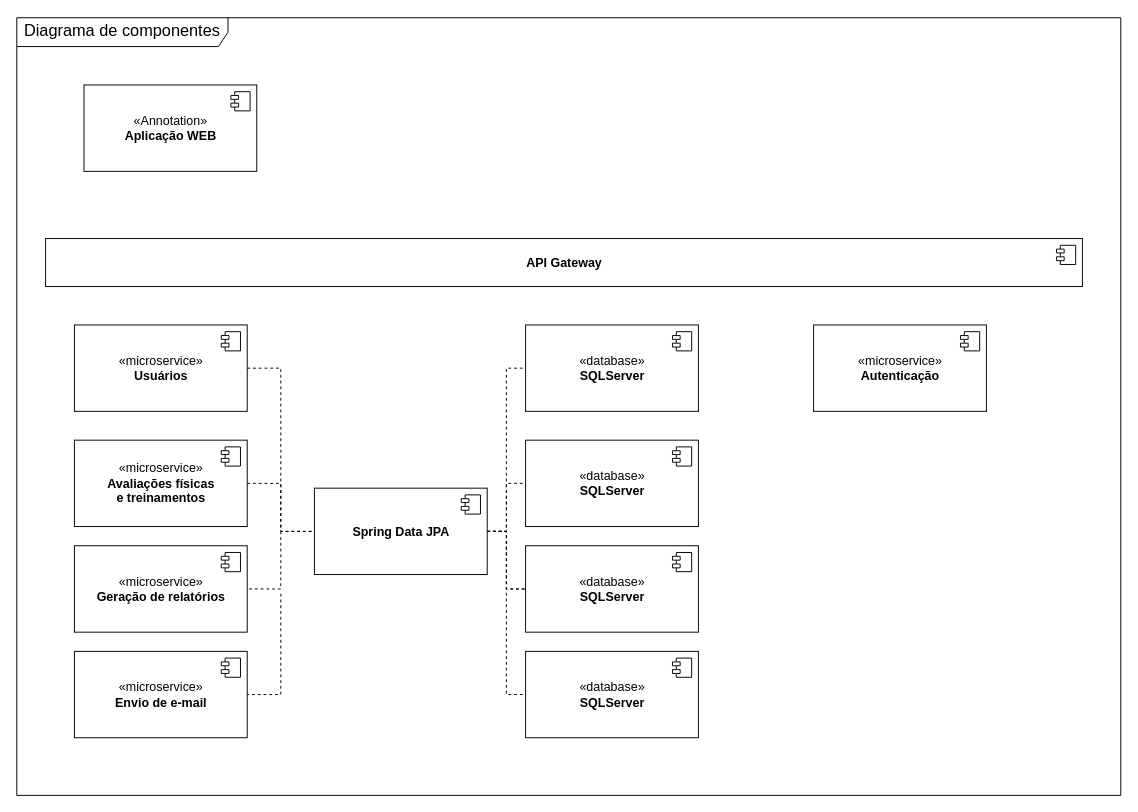
carloshsjbv/pucminas keeps this draw.io diagram as page "Component" (3 of 3) of docs/diagramas.drawio. Above is the earlier version. Source tidied: cells renumbered, new cells numbered last; positions are measured from the earlier drawing's top-left corner, leaving out a move shared by most shapes. Both pictures are drawn from the tidied source at 96%, with x=0, y=0 at pixel (16, 17).
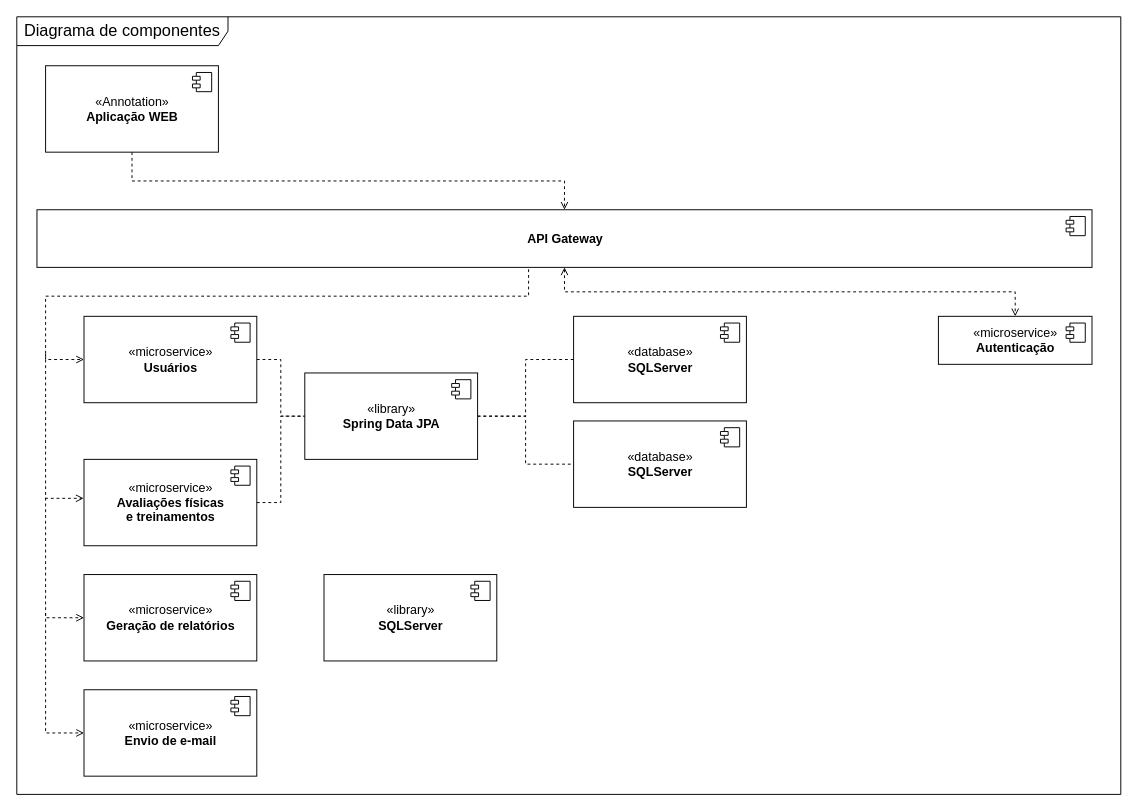
Above is the later version.

What changed in the source:
```diff
@@
     <mxCell id="2" value="&lt;font style=&quot;font-size: 17px&quot;&gt;Diagrama de componentes&lt;/font&gt;" style="shape=umlFrame;whiteSpace=wrap;html=1;fontSize=13;width=220;height=30;" parent="1" vertex="1">
-      <mxGeometry width="1150" height="810" as="geometry" />
+      <mxGeometry y="-1" width="1150" height="810" as="geometry" />
     </mxCell>
+    <mxCell id="36" style="edgeStyle=orthogonalEdgeStyle;rounded=0;jettySize=auto;html=1;dashed=1;startArrow=none;startFill=0;endArrow=open;endFill=0;" parent="1" edge="1" source="3" target="5">
+      <mxGeometry relative="1" as="geometry" />
+    </mxCell>
     <mxCell id="3" value="«Annotation»&lt;br&gt;&lt;b&gt;Aplicação WEB&lt;/b&gt;" style="html=1;fontSize=13;" parent="1" vertex="1">
-      <mxGeometry x="70" y="70" width="180" height="90" as="geometry" />
+      <mxGeometry x="30" y="50" width="180" height="90" as="geometry" />
     </mxCell>
@@
+    <mxCell id="37" style="edgeStyle=orthogonalEdgeStyle;rounded=0;jettySize=auto;html=1;entryX=0.5;entryY=0;entryDx=0;entryDy=0;endArrow=open;endFill=0;dashed=1;startArrow=open;startFill=0;" parent="1" edge="1" source="5" target="17">
+      <mxGeometry relative="1" as="geometry" />
+    </mxCell>
+    <mxCell id="38" style="edgeStyle=orthogonalEdgeStyle;rounded=0;jettySize=auto;html=1;entryX=0;entryY=0.5;entryDx=0;entryDy=0;dashed=1;endArrow=open;endFill=0;exitX=0.466;exitY=1.033;exitDx=0;exitDy=0;exitPerimeter=0;" parent="1" edge="1" source="5" target="8">
+      <mxGeometry relative="1" as="geometry">
+        <Array as="points">
+          <mxPoint x="533" y="290" />
+          <mxPoint x="30" y="290" />
+          <mxPoint x="30" y="356" />
+        </Array>
+      </mxGeometry>
+    </mxCell>
     <mxCell id="5" value="&lt;b&gt;API Gateway&lt;/b&gt;" style="html=1;fontSize=13;" parent="1" vertex="1">
-      <mxGeometry x="30" y="230" width="1080" height="50" as="geometry" />
+      <mxGeometry x="21" y="200" width="1099" height="60" as="geometry" />
     </mxCell>
@@
     <mxCell id="8" value="«microservice»&lt;br&gt;&lt;b&gt;Usuários&lt;/b&gt;" style="html=1;fontSize=13;" parent="1" vertex="1">
-      <mxGeometry x="60" y="320" width="180" height="90" as="geometry" />
+      <mxGeometry x="70" y="311" width="180" height="90" as="geometry" />
     </mxCell>
@@
     <mxCell id="11" value="«microservice»&lt;br&gt;&lt;b&gt;Avaliações físicas &lt;br&gt;e treinamentos&lt;/b&gt;" style="html=1;fontSize=13;" parent="1" vertex="1">
-      <mxGeometry x="60" y="440" width="180" height="90" as="geometry" />
+      <mxGeometry x="70" y="460" width="180" height="90" as="geometry" />
     </mxCell>
@@
     <mxCell id="13" value="«microservice»&lt;br&gt;&lt;b&gt;Geração de relatórios&lt;/b&gt;" style="html=1;fontSize=13;" parent="1" vertex="1">
-      <mxGeometry x="60" y="550" width="180" height="90" as="geometry" />
+      <mxGeometry x="70" y="580" width="180" height="90" as="geometry" />
     </mxCell>
@@
     <mxCell id="15" value="«microservice»&lt;br&gt;&lt;b&gt;Envio de e-mail&lt;/b&gt;" style="html=1;fontSize=13;" parent="1" vertex="1">
-      <mxGeometry x="60" y="660" width="180" height="90" as="geometry" />
+      <mxGeometry x="70" y="700" width="180" height="90" as="geometry" />
     </mxCell>
@@
     <mxCell id="17" value="«microservice»&lt;br&gt;&lt;b&gt;Autenticação&lt;/b&gt;" style="html=1;fontSize=13;" parent="1" vertex="1">
-      <mxGeometry x="830" y="320" width="180" height="90" as="geometry" />
+      <mxGeometry x="960" y="311" width="160" height="50" as="geometry" />
     </mxCell>
@@
-    <mxCell id="19" style="edgeStyle=orthogonalEdgeStyle;rounded=0;jettySize=auto;html=1;entryX=1;entryY=0.5;entryDx=0;entryDy=0;dashed=1;fontSize=17;endArrow=none;endFill=0;" parent="1" edge="1" target="13">
-      <mxGeometry relative="1" as="geometry">
-        <mxPoint x="275" y="535" as="sourcePoint" />
-        <Array as="points">
-          <mxPoint x="275" y="595" />
-        </Array>
-      </mxGeometry>
-    </mxCell>
-    <mxCell id="20" style="edgeStyle=orthogonalEdgeStyle;rounded=0;jettySize=auto;html=1;entryX=1;entryY=0.5;entryDx=0;entryDy=0;dashed=1;fontSize=17;endArrow=none;endFill=0;" parent="1" edge="1" target="15">
-      <mxGeometry relative="1" as="geometry">
-        <mxPoint x="275" y="600" as="sourcePoint" />
-        <Array as="points">
-          <mxPoint x="275" y="705" />
-        </Array>
-      </mxGeometry>
-    </mxCell>
@@
-    <mxCell id="23" style="edgeStyle=orthogonalEdgeStyle;rounded=0;jettySize=auto;html=1;entryX=0;entryY=0.5;entryDx=0;entryDy=0;dashed=1;fontSize=17;endArrow=none;endFill=0;" parent="1" edge="1" source="26" target="32">
-      <mxGeometry relative="1" as="geometry" />
-    </mxCell>
-    <mxCell id="24" style="edgeStyle=orthogonalEdgeStyle;rounded=0;jettySize=auto;html=1;dashed=1;fontSize=17;endArrow=none;endFill=0;" parent="1" edge="1" source="26" target="32">
-      <mxGeometry relative="1" as="geometry" />
-    </mxCell>
-    <mxCell id="25" style="edgeStyle=orthogonalEdgeStyle;rounded=0;jettySize=auto;html=1;entryX=0;entryY=0.5;entryDx=0;entryDy=0;dashed=1;fontSize=17;endArrow=none;endFill=0;" parent="1" edge="1" source="26" target="34">
-      <mxGeometry relative="1" as="geometry" />
-    </mxCell>
-    <mxCell id="26" value="&lt;b&gt;Spring Data JPA&lt;/b&gt;" style="html=1;fontSize=13;" parent="1" vertex="1">
-      <mxGeometry x="310" y="490" width="180" height="90" as="geometry" />
+    <mxCell id="26" value="«library»&lt;b&gt;&lt;br&gt;Spring Data JPA&lt;/b&gt;" style="html=1;fontSize=13;" parent="1" vertex="1">
+      <mxGeometry x="300" y="370" width="180" height="90" as="geometry" />
     </mxCell>
@@
     <mxCell id="28" value="«database»&lt;br&gt;&lt;b&gt;SQLServer&lt;/b&gt;" style="html=1;fontSize=13;" parent="1" vertex="1">
-      <mxGeometry x="530" y="320" width="180" height="90" as="geometry" />
+      <mxGeometry x="580" y="311" width="180" height="90" as="geometry" />
     </mxCell>
@@
     <mxCell id="30" value="«database»&lt;br&gt;&lt;b&gt;SQLServer&lt;/b&gt;" style="html=1;fontSize=13;" parent="1" vertex="1">
-      <mxGeometry x="530" y="440" width="180" height="90" as="geometry" />
+      <mxGeometry x="580" y="420" width="180" height="90" as="geometry" />
     </mxCell>
@@
-    <mxCell id="32" value="«database»&lt;br&gt;&lt;b&gt;SQLServer&lt;/b&gt;" style="html=1;fontSize=13;" parent="1" vertex="1">
-      <mxGeometry x="530" y="550" width="180" height="90" as="geometry" />
-    </mxCell>
-    <mxCell id="33" style="shape=module;jettyWidth=8;jettyHeight=4;fontSize=13;" parent="32" vertex="1">
-      <mxGeometry x="1" width="20" height="20" relative="1" as="geometry">
-        <mxPoint x="-27" y="7" as="offset" />
-      </mxGeometry>
-    </mxCell>
-    <mxCell id="34" value="«database»&lt;br&gt;&lt;b&gt;SQLServer&lt;/b&gt;" style="html=1;fontSize=13;" parent="1" vertex="1">
-      <mxGeometry x="530" y="660" width="180" height="90" as="geometry" />
-    </mxCell>
-    <mxCell id="35" style="shape=module;jettyWidth=8;jettyHeight=4;fontSize=13;" parent="34" vertex="1">
-      <mxGeometry x="1" width="20" height="20" relative="1" as="geometry">
-        <mxPoint x="-27" y="7" as="offset" />
-      </mxGeometry>
-    </mxCell>
+    <mxCell id="39" style="edgeStyle=orthogonalEdgeStyle;rounded=0;jettySize=auto;html=1;dashed=1;endArrow=open;endFill=0;entryX=-0.002;entryY=0.451;entryDx=0;entryDy=0;entryPerimeter=0;" parent="1" edge="1" target="11">
+      <mxGeometry relative="1" as="geometry">
+        <mxPoint x="30" y="350" as="sourcePoint" />
+        <Array as="points">
+          <mxPoint x="30" y="501" />
+        </Array>
+      </mxGeometry>
+    </mxCell>
+    <mxCell id="40" style="edgeStyle=orthogonalEdgeStyle;rounded=0;jettySize=auto;html=1;entryX=0;entryY=0.5;entryDx=0;entryDy=0;dashed=1;endArrow=open;endFill=0;" parent="1" edge="1" target="13">
+      <mxGeometry relative="1" as="geometry">
+        <mxPoint x="30" y="500" as="sourcePoint" />
+        <Array as="points">
+          <mxPoint x="30" y="625" />
+        </Array>
+      </mxGeometry>
+    </mxCell>
+    <mxCell id="41" style="edgeStyle=orthogonalEdgeStyle;rounded=0;jettySize=auto;html=1;dashed=1;endArrow=open;endFill=0;entryX=0;entryY=0.5;entryDx=0;entryDy=0;" parent="1" edge="1" target="15">
+      <mxGeometry relative="1" as="geometry">
+        <mxPoint x="30" y="620" as="sourcePoint" />
+        <Array as="points">
+          <mxPoint x="30" y="745" />
+        </Array>
+      </mxGeometry>
+    </mxCell>
+    <mxCell id="42" value="«library»&lt;br&gt;&lt;b&gt;SQLServer&lt;/b&gt;" style="html=1;fontSize=13;" parent="1" vertex="1">
+      <mxGeometry x="320" y="580" width="180" height="90" as="geometry" />
+    </mxCell>
+    <mxCell id="43" style="shape=module;jettyWidth=8;jettyHeight=4;fontSize=13;" parent="42" vertex="1">
+      <mxGeometry x="1" width="20" height="20" relative="1" as="geometry">
+        <mxPoint x="-27" y="7" as="offset" />
+      </mxGeometry>
+    </mxCell>
```
